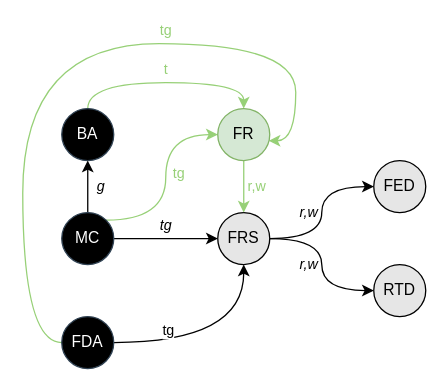
Before: Assignments/Final Project/3. Infrastructure T-G/Models/TGModelAfter.drawio in mattwhitesides/CS6600-CompSec, a draw.io diagram. Source tidied: cells renumbered, new cells numbered last; positions are measured from the earlier drawing's top-left corner, leaving out a move shared by most shapes. Both pictures are drawn from the tidied source at 130%, with x=0, y=0 at pixel (22, 43).
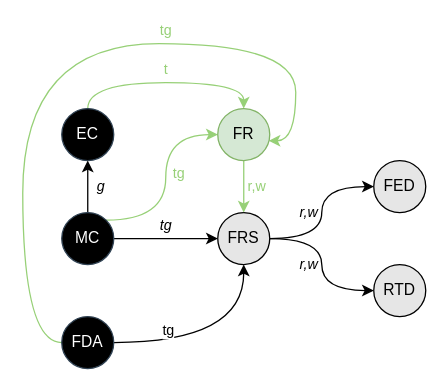
After the change.

Diff of the diagram source:
```diff
@@
-    <mxCell id="3" value="BA" style="ellipse;whiteSpace=wrap;html=1;fillColor=#000000;strokeColor=#314354;fontColor=#ffffff;" parent="1" vertex="1">
+    <mxCell id="3" value="EC" style="ellipse;whiteSpace=wrap;html=1;fillColor=#000000;strokeColor=#314354;fontColor=#ffffff;" parent="1" vertex="1">
       <mxGeometry x="30" y="50" width="40" height="40" as="geometry" />
     </mxCell>
```
